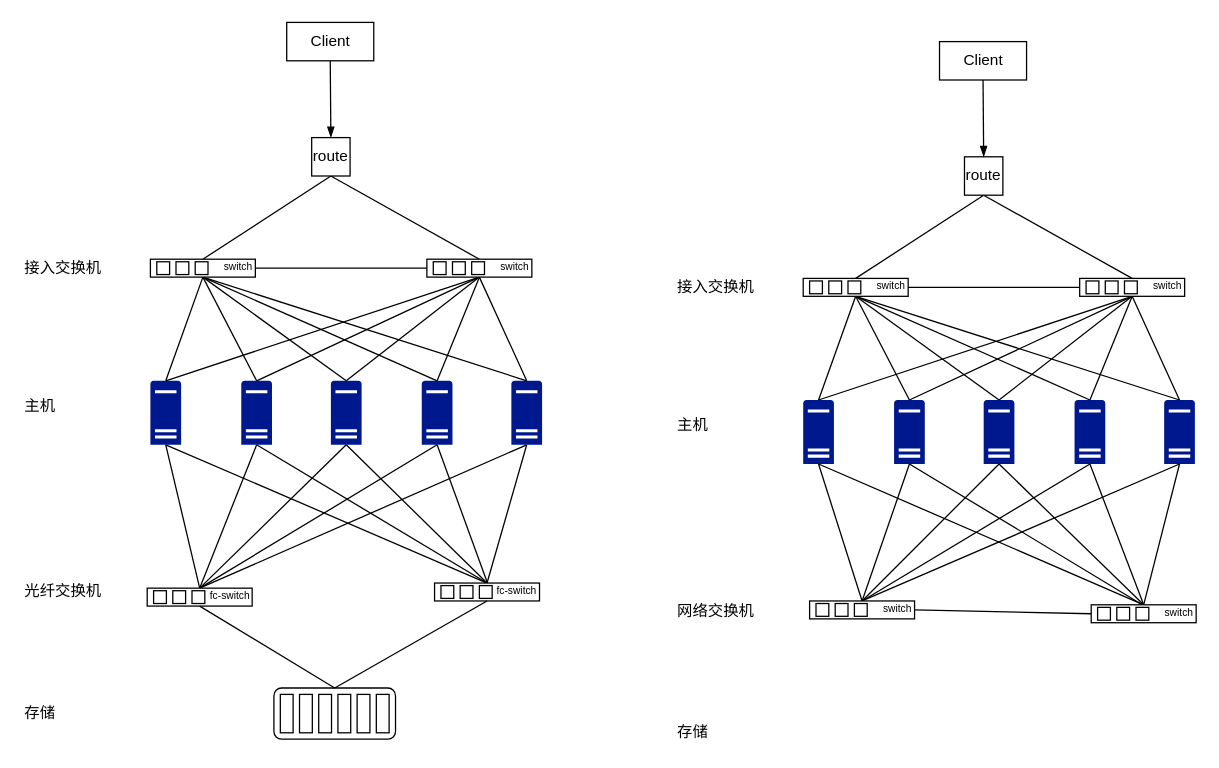
This is vsphere/vsphere_网络架构图.drawio from zhubiaook/draw, a draw.io file, before an edit. Source tidied: cells renumbered, new cells numbered last; positions are measured from the earlier drawing's top-left corner, leaving out a move shared by most shapes. Both pictures are drawn from the tidied source at 128%, with x=0, y=0 at pixel (22, 22).
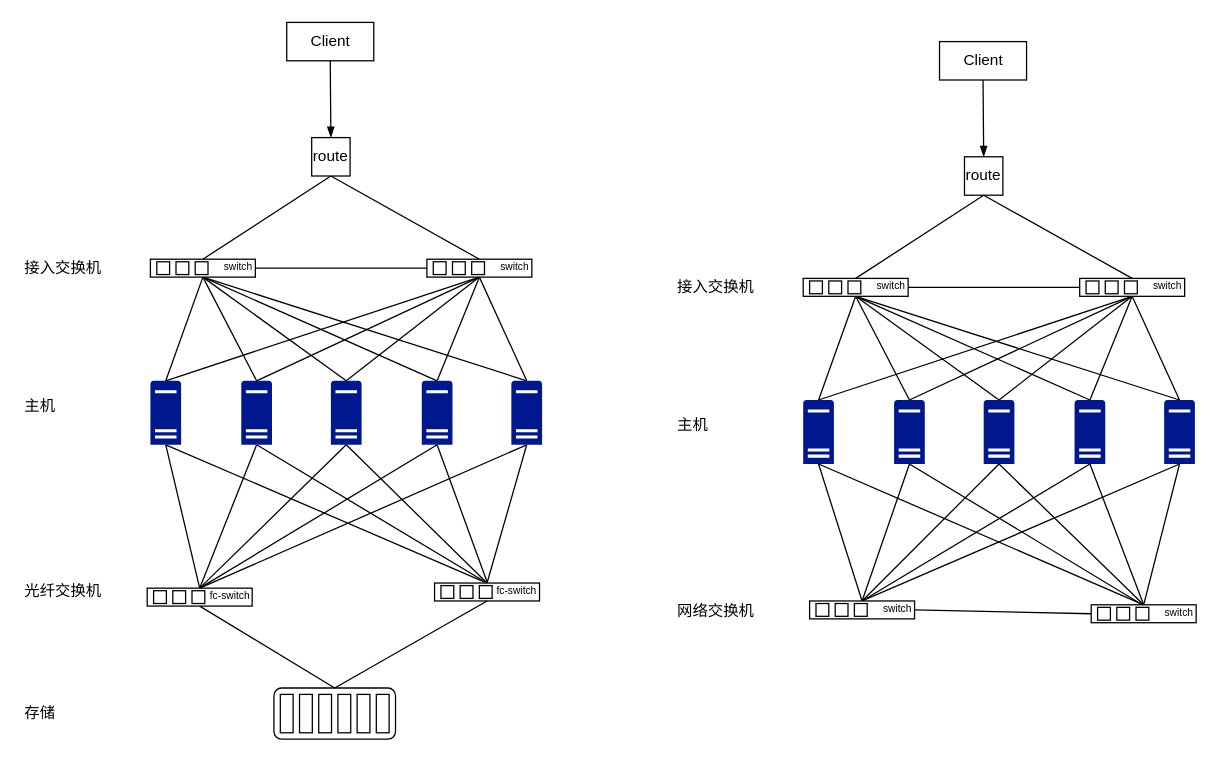
After the change.

Commit message:
更新vsphere_网络架构图.drawio

Change to the diagram source:
```diff
@@
-    <mxCell id="121" value="存储" style="text;html=1;align=left;verticalAlign=top;spacingTop=-4;" parent="1" vertex="1">
-      <mxGeometry x="510" y="545" width="40" height="20" as="geometry" />
-    </mxCell>
```
